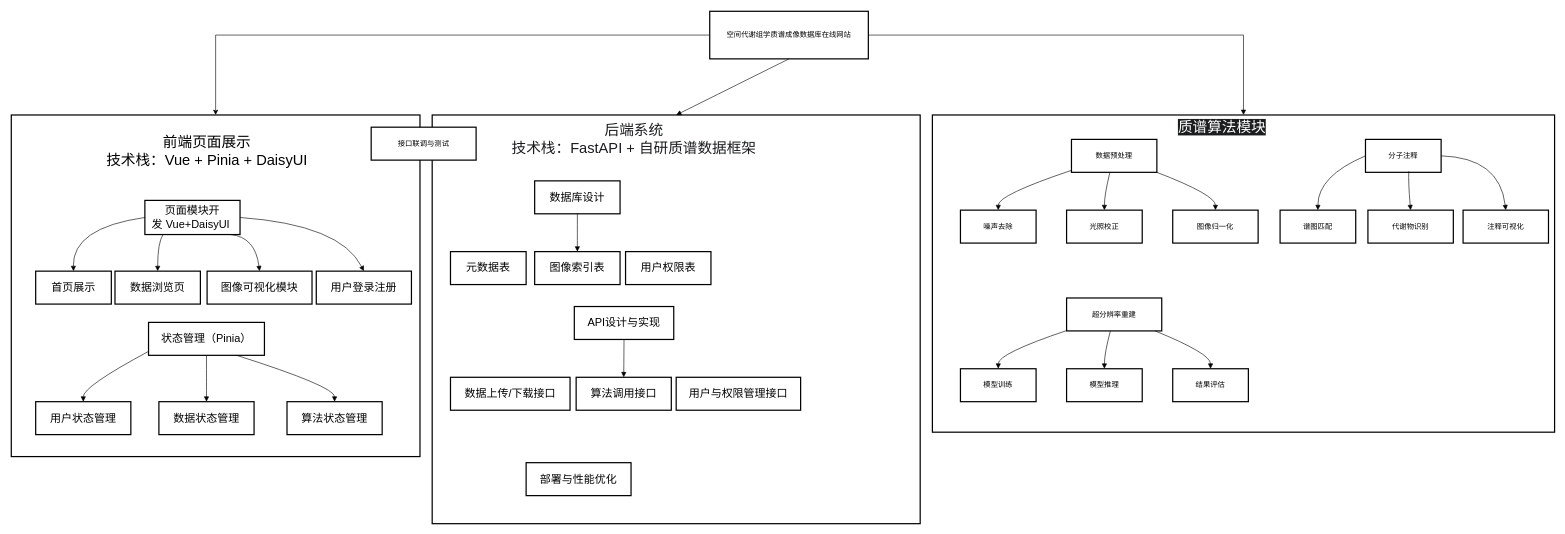
The draw.io diagram MSI_Online.drawio in dil666555/draw.io, before the edit. Source tidied: cells renumbered, new cells numbered last; positions are measured from the earlier drawing's top-left corner, leaving out a move shared by most shapes. Both pictures are drawn from the tidied source at 61%, with x=0, y=0 at pixel (11, 11).
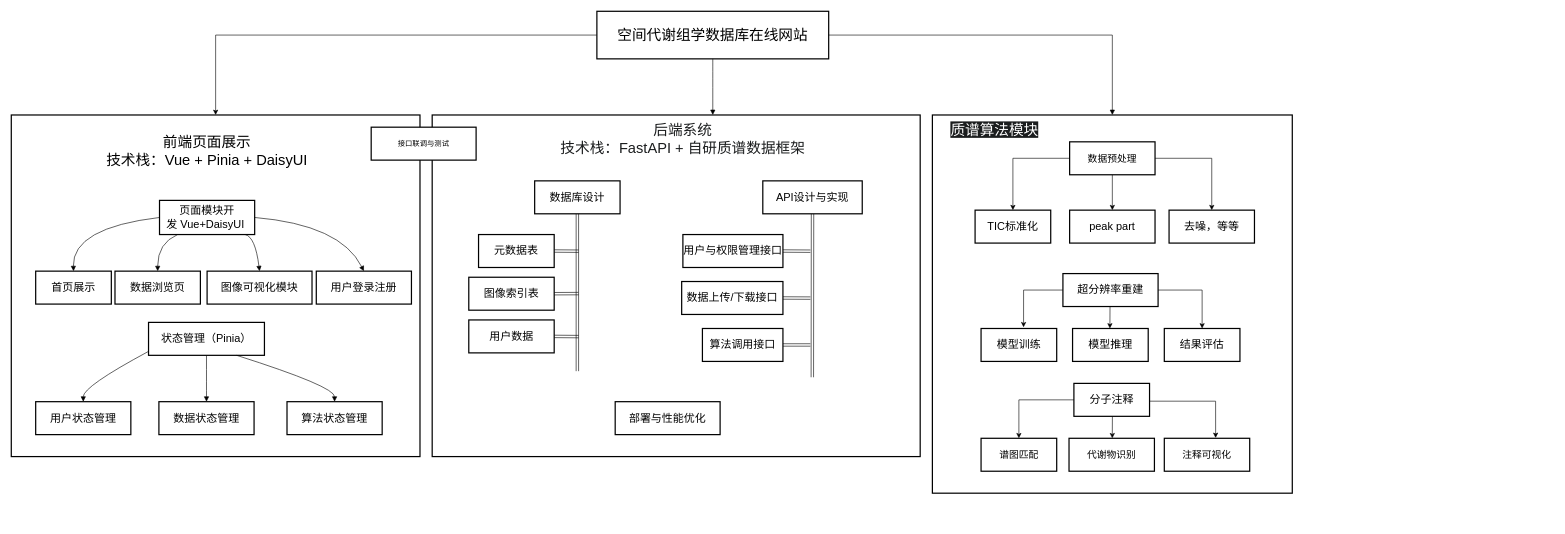
The same diagram, later.

The change refers to these unchanged cells:
```xml
<mxCell id="18" value="数据库设计" style="whiteSpace=wrap;strokeWidth=2;fontSize=18;" parent="1" vertex="1">
  <mxGeometry x="858" y="278" width="140" height="54" as="geometry" />
</mxCell>
```

What changed in the source:
```diff
@@
-    <mxCell id="3" value="空间代谢组学质谱成像数据库在线网站" style="whiteSpace=wrap;strokeWidth=2;" parent="1" vertex="1">
-      <mxGeometry x="1145" width="260" height="78" as="geometry" />
+    <mxCell id="3" value="空间代谢组学数据库在线网站" style="whiteSpace=wrap;strokeWidth=2;fontSize=24;" parent="1" vertex="1">
+      <mxGeometry x="960" width="380" height="78" as="geometry" />
     </mxCell>
@@
     <mxCell id="5" style="whiteSpace=wrap;strokeWidth=2;" parent="1" vertex="1">
-      <mxGeometry x="690" y="170" width="800" height="670" as="geometry" />
+      <mxGeometry x="690" y="170" width="800" height="560" as="geometry" />
     </mxCell>
@@
     <mxCell id="7" style="whiteSpace=wrap;strokeWidth=2;" parent="1" vertex="1">
-      <mxGeometry x="1510" y="170" width="1020" height="520" as="geometry" />
+      <mxGeometry x="1510" y="170" width="590" height="620" as="geometry" />
     </mxCell>
@@
     <mxCell id="12" value="页面模块开发 Vue+DaisyUI " style="whiteSpace=wrap;strokeWidth=2;fontSize=18;" parent="1" vertex="1">
-      <mxGeometry x="219" y="310" width="156" height="56" as="geometry" />
+      <mxGeometry x="243" y="310" width="156" height="56" as="geometry" />
     </mxCell>
@@
+    <mxCell id="61" style="edgeStyle=orthogonalEdgeStyle;shape=link;rounded=0;jettySize=auto;html=1;" parent="1" edge="1" source="18">
+      <mxGeometry relative="1" as="geometry">
+        <mxPoint x="928" y="590" as="targetPoint" />
+      </mxGeometry>
+    </mxCell>
@@
+    <mxCell id="62" style="edgeStyle=none;shape=link;rounded=0;jettySize=auto;html=1;exitX=1;exitY=0.5;exitDx=0;exitDy=0;" parent="1" edge="1" source="19">
+      <mxGeometry relative="1" as="geometry">
+        <mxPoint x="930" y="393.3" as="targetPoint" />
+      </mxGeometry>
+    </mxCell>
     <mxCell id="19" value="元数据表" style="whiteSpace=wrap;strokeWidth=2;fontSize=18;" parent="1" vertex="1">
-      <mxGeometry x="720" y="394" width="124" height="54" as="geometry" />
+      <mxGeometry x="766" y="366" width="124" height="54" as="geometry" />
     </mxCell>
+    <mxCell id="63" style="edgeStyle=none;shape=link;rounded=0;jettySize=auto;html=1;exitX=1;exitY=0.5;exitDx=0;exitDy=0;" parent="1" edge="1" source="20">
+      <mxGeometry relative="1" as="geometry">
+        <mxPoint x="930" y="462.8" as="targetPoint" />
+      </mxGeometry>
+    </mxCell>
     <mxCell id="20" value="图像索引表" style="whiteSpace=wrap;strokeWidth=2;fontSize=18;" parent="1" vertex="1">
-      <mxGeometry x="858" y="394" width="140" height="54" as="geometry" />
+      <mxGeometry x="750" y="436" width="140" height="54" as="geometry" />
     </mxCell>
+    <mxCell id="64" style="edgeStyle=none;shape=link;rounded=0;jettySize=auto;html=1;exitX=1;exitY=0.5;exitDx=0;exitDy=0;" parent="1" edge="1" source="21">
+      <mxGeometry relative="1" as="geometry">
+        <mxPoint x="930" y="533.3" as="targetPoint" />
+      </mxGeometry>
+    </mxCell>
-    <mxCell id="21" value="用户权限表" style="whiteSpace=wrap;strokeWidth=2;fontSize=18;" parent="1" vertex="1">
-      <mxGeometry x="1007" y="394" width="140" height="54" as="geometry" />
+    <mxCell id="21" value="用户数据" style="whiteSpace=wrap;strokeWidth=2;fontSize=18;" parent="1" vertex="1">
+      <mxGeometry x="750" y="506" width="140" height="54" as="geometry" />
     </mxCell>
+    <mxCell id="65" style="edgeStyle=none;shape=link;rounded=0;jettySize=auto;html=1;exitX=0.5;exitY=1;exitDx=0;exitDy=0;" parent="1" edge="1" source="22">
+      <mxGeometry relative="1" as="geometry">
+        <mxPoint x="1313.2" y="600" as="targetPoint" />
+      </mxGeometry>
+    </mxCell>
     <mxCell id="22" value="API设计与实现" style="whiteSpace=wrap;strokeWidth=2;fontSize=18;" parent="1" vertex="1">
-      <mxGeometry x="923" y="484" width="163" height="54" as="geometry" />
+      <mxGeometry x="1232" y="278" width="163" height="54" as="geometry" />
     </mxCell>
+    <mxCell id="66" style="edgeStyle=none;shape=link;rounded=0;jettySize=auto;html=1;exitX=1;exitY=0.5;exitDx=0;exitDy=0;" parent="1" edge="1" source="23">
+      <mxGeometry relative="1" as="geometry">
+        <mxPoint x="1310" y="470.2" as="targetPoint" />
+      </mxGeometry>
+    </mxCell>
     <mxCell id="23" value="数据上传/下载接口" style="whiteSpace=wrap;strokeWidth=2;fontSize=18;" parent="1" vertex="1">
-      <mxGeometry x="720" y="600" width="196" height="54" as="geometry" />
+      <mxGeometry x="1099" y="443" width="166" height="54" as="geometry" />
     </mxCell>
+    <mxCell id="67" style="edgeStyle=none;shape=link;rounded=0;jettySize=auto;html=1;exitX=1;exitY=0.5;exitDx=0;exitDy=0;" parent="1" edge="1" source="24">
+      <mxGeometry relative="1" as="geometry">
+        <mxPoint x="1310" y="547" as="targetPoint" />
+      </mxGeometry>
+    </mxCell>
     <mxCell id="24" value="算法调用接口" style="whiteSpace=wrap;strokeWidth=2;fontSize=18;" parent="1" vertex="1">
-      <mxGeometry x="926" y="600" width="156" height="54" as="geometry" />
+      <mxGeometry x="1133" y="520" width="132" height="54" as="geometry" />
     </mxCell>
+    <mxCell id="68" style="edgeStyle=none;shape=link;rounded=0;jettySize=auto;html=1;exitX=1;exitY=0.5;exitDx=0;exitDy=0;" parent="1" edge="1" source="25">
+      <mxGeometry relative="1" as="geometry">
+        <mxPoint x="1310" y="393.3" as="targetPoint" />
+      </mxGeometry>
+    </mxCell>
     <mxCell id="25" value="用户与权限管理接口" style="whiteSpace=wrap;strokeWidth=2;fontSize=18;" parent="1" vertex="1">
-      <mxGeometry x="1090" y="600" width="204" height="54" as="geometry" />
+      <mxGeometry x="1101" y="366" width="164" height="54" as="geometry" />
     </mxCell>
+    <mxCell id="49" style="edgeStyle=none;rounded=0;jettySize=auto;html=1;exitX=0.5;exitY=1;exitDx=0;exitDy=0;entryX=0.5;entryY=0;entryDx=0;entryDy=0;fontSize=18;" parent="1" edge="1" source="26" target="28">
+      <mxGeometry relative="1" as="geometry" />
+    </mxCell>
+    <mxCell id="48" style="edgeStyle=orthogonalEdgeStyle;rounded=0;jettySize=auto;html=1;exitX=0;exitY=0.5;exitDx=0;exitDy=0;entryX=0.5;entryY=0;entryDx=0;entryDy=0;fontSize=18;" parent="1" edge="1" source="26" target="27">
+      <mxGeometry relative="1" as="geometry" />
+    </mxCell>
+    <mxCell id="50" style="edgeStyle=orthogonalEdgeStyle;rounded=0;jettySize=auto;html=1;exitX=1;exitY=0.5;exitDx=0;exitDy=0;entryX=0.5;entryY=0;entryDx=0;entryDy=0;fontSize=18;" parent="1" edge="1" source="26" target="29">
+      <mxGeometry relative="1" as="geometry" />
+    </mxCell>
-    <mxCell id="26" value="数据预处理" style="whiteSpace=wrap;strokeWidth=2;" parent="1" vertex="1">
-      <mxGeometry x="1738" y="210" width="140" height="54" as="geometry" />
+    <mxCell id="26" value="数据预处理" style="whiteSpace=wrap;strokeWidth=2;fontSize=16;" parent="1" vertex="1">
+      <mxGeometry x="1735" y="214" width="140" height="54" as="geometry" />
     </mxCell>
-    <mxCell id="27" value="噪声去除" style="whiteSpace=wrap;strokeWidth=2;" parent="1" vertex="1">
-      <mxGeometry x="1556" y="326" width="124" height="54" as="geometry" />
+    <mxCell id="27" value="TIC标准化" style="whiteSpace=wrap;strokeWidth=2;fontSize=18;" parent="1" vertex="1">
+      <mxGeometry x="1580" y="326" width="124" height="54" as="geometry" />
     </mxCell>
-    <mxCell id="28" value="光照校正" style="whiteSpace=wrap;strokeWidth=2;" parent="1" vertex="1">
-      <mxGeometry x="1730" y="326" width="124" height="54" as="geometry" />
+    <mxCell id="28" value="peak part" style="whiteSpace=wrap;strokeWidth=2;fontSize=18;" parent="1" vertex="1">
+      <mxGeometry x="1735" y="326" width="140" height="54" as="geometry" />
     </mxCell>
-    <mxCell id="29" value="图像归一化" style="whiteSpace=wrap;strokeWidth=2;" parent="1" vertex="1">
-      <mxGeometry x="1904" y="326" width="140" height="54" as="geometry" />
+    <mxCell id="29" value="去噪，等等" style="whiteSpace=wrap;strokeWidth=2;fontSize=18;" parent="1" vertex="1">
+      <mxGeometry x="1898" y="326" width="140" height="54" as="geometry" />
     </mxCell>
-    <mxCell id="30" value="超分辨率重建" style="whiteSpace=wrap;strokeWidth=2;" parent="1" vertex="1">
-      <mxGeometry x="1730" y="470" width="156" height="54" as="geometry" />
+    <mxCell id="30" value="超分辨率重建" style="whiteSpace=wrap;strokeWidth=2;fontSize=18;" parent="1" vertex="1">
+      <mxGeometry x="1724" y="430" width="156" height="54" as="geometry" />
     </mxCell>
-    <mxCell id="31" value="模型训练" style="whiteSpace=wrap;strokeWidth=2;" parent="1" vertex="1">
-      <mxGeometry x="1556" y="586" width="124" height="54" as="geometry" />
+    <mxCell id="31" value="模型训练" style="whiteSpace=wrap;strokeWidth=2;fontSize=18;" parent="1" vertex="1">
+      <mxGeometry x="1589.8" y="520" width="124" height="54" as="geometry" />
     </mxCell>
-    <mxCell id="32" value="模型推理" style="whiteSpace=wrap;strokeWidth=2;" parent="1" vertex="1">
-      <mxGeometry x="1730" y="586" width="124" height="54" as="geometry" />
+    <mxCell id="32" value="模型推理" style="whiteSpace=wrap;strokeWidth=2;fontSize=18;" parent="1" vertex="1">
+      <mxGeometry x="1739.8" y="520" width="124" height="54" as="geometry" />
     </mxCell>
-    <mxCell id="33" value="结果评估" style="whiteSpace=wrap;strokeWidth=2;" parent="1" vertex="1">
-      <mxGeometry x="1904" y="586" width="124" height="54" as="geometry" />
+    <mxCell id="33" value="结果评估" style="whiteSpace=wrap;strokeWidth=2;fontSize=18;" parent="1" vertex="1">
+      <mxGeometry x="1890.2" y="520" width="124" height="54" as="geometry" />
     </mxCell>
-    <mxCell id="34" value="分子注释" style="whiteSpace=wrap;strokeWidth=2;" parent="1" vertex="1">
-      <mxGeometry x="2220" y="210" width="124" height="54" as="geometry" />
+    <mxCell id="34" value="分子注释" style="whiteSpace=wrap;strokeWidth=2;fontSize=18;" parent="1" vertex="1">
+      <mxGeometry x="1742" y="610" width="124" height="54" as="geometry" />
     </mxCell>
-    <mxCell id="35" value="谱图匹配" style="whiteSpace=wrap;strokeWidth=2;" parent="1" vertex="1">
-      <mxGeometry x="2080" y="326" width="124" height="54" as="geometry" />
+    <mxCell id="35" value="谱图匹配" style="whiteSpace=wrap;strokeWidth=2;fontSize=16;" parent="1" vertex="1">
+      <mxGeometry x="1589.8" y="700" width="124" height="54" as="geometry" />
     </mxCell>
-    <mxCell id="36" value="代谢物识别" style="whiteSpace=wrap;strokeWidth=2;" parent="1" vertex="1">
-      <mxGeometry x="2224" y="326" width="140" height="54" as="geometry" />
+    <mxCell id="36" value="代谢物识别" style="whiteSpace=wrap;strokeWidth=2;fontSize=16;" parent="1" vertex="1">
+      <mxGeometry x="1734" y="700" width="140" height="54" as="geometry" />
     </mxCell>
-    <mxCell id="37" value="注释可视化" style="whiteSpace=wrap;strokeWidth=2;" parent="1" vertex="1">
-      <mxGeometry x="2380" y="326" width="140" height="54" as="geometry" />
+    <mxCell id="37" value="注释可视化" style="whiteSpace=wrap;strokeWidth=2;fontSize=16;" parent="1" vertex="1">
+      <mxGeometry x="1890.2" y="700" width="140" height="54" as="geometry" />
     </mxCell>
-    <mxCell id="38" style="curved=1;startArrow=none;endArrow=block;exitX=0.5;exitY=1;entryX=0.5;entryY=0;rounded=0;" parent="1" edge="1" source="3" target="5">
-      <mxGeometry relative="1" as="geometry" />
+    <mxCell id="38" style="curved=1;startArrow=none;endArrow=block;exitX=0.5;exitY=1;rounded=0;" parent="1" edge="1" source="3">
+      <mxGeometry relative="1" as="geometry">
+        <mxPoint x="1150" y="170" as="targetPoint" />
+      </mxGeometry>
     </mxCell>
@@
-    <mxCell id="46" style="curved=1;startArrow=none;endArrow=block;exitX=0.5;exitY=1;entryX=0.5;entryY=0;rounded=0;exitDx=0;exitDy=0;fontSize=18;" parent="1" edge="1" source="18" target="20">
-      <mxGeometry relative="1" as="geometry">
-        <Array as="points">
-          <mxPoint x="928" y="369" />
-        </Array>
-      </mxGeometry>
-    </mxCell>
-    <mxCell id="47" style="curved=1;startArrow=none;endArrow=block;exitX=0.5;exitY=1;entryX=0.5;entryY=0;rounded=0;fontSize=18;" parent="1" edge="1" source="22" target="24">
-      <mxGeometry relative="1" as="geometry" />
-    </mxCell>
-    <mxCell id="48" style="curved=1;startArrow=none;endArrow=block;exitX=0;exitY=0.94;entryX=0.5;entryY=0;rounded=0;" parent="1" edge="1" source="26" target="27">
-      <mxGeometry relative="1" as="geometry">
-        <Array as="points">
-          <mxPoint x="1618" y="301" />
-        </Array>
-      </mxGeometry>
-    </mxCell>
-    <mxCell id="49" style="curved=1;startArrow=none;endArrow=block;exitX=0.45;exitY=1;entryX=0.5;entryY=0;rounded=0;" parent="1" edge="1" source="26" target="28">
-      <mxGeometry relative="1" as="geometry">
-        <Array as="points">
-          <mxPoint x="1792" y="301" />
-        </Array>
-      </mxGeometry>
-    </mxCell>
-    <mxCell id="50" style="curved=1;startArrow=none;endArrow=block;exitX=1;exitY=1;entryX=0.5;entryY=0;rounded=0;" parent="1" edge="1" source="26" target="29">
-      <mxGeometry relative="1" as="geometry">
-        <Array as="points">
-          <mxPoint x="1974" y="301" />
-        </Array>
-      </mxGeometry>
-    </mxCell>
-    <mxCell id="51" style="curved=1;startArrow=none;endArrow=block;exitX=0;exitY=0.99;entryX=0.5;entryY=0;rounded=0;" parent="1" edge="1" source="30" target="31">
-      <mxGeometry relative="1" as="geometry">
-        <Array as="points">
-          <mxPoint x="1618" y="561" />
-        </Array>
-      </mxGeometry>
-    </mxCell>
-    <mxCell id="52" style="curved=1;startArrow=none;endArrow=block;exitX=0.46;exitY=1;entryX=0.5;entryY=0;rounded=0;" parent="1" edge="1" source="30" target="32">
-      <mxGeometry relative="1" as="geometry">
-        <Array as="points">
-          <mxPoint x="1792" y="561" />
-        </Array>
-      </mxGeometry>
-    </mxCell>
-    <mxCell id="53" style="curved=1;startArrow=none;endArrow=block;exitX=0.93;exitY=1;entryX=0.5;entryY=0;rounded=0;" parent="1" edge="1" source="30" target="33">
-      <mxGeometry relative="1" as="geometry">
-        <Array as="points">
-          <mxPoint x="1966" y="561" />
-        </Array>
-      </mxGeometry>
-    </mxCell>
-    <mxCell id="54" style="curved=1;startArrow=none;endArrow=block;exitX=0;exitY=0.5;entryX=0.5;entryY=0;rounded=0;exitDx=0;exitDy=0;" parent="1" edge="1" source="34" target="35">
-      <mxGeometry relative="1" as="geometry">
-        <Array as="points">
-          <mxPoint x="2142" y="270" />
-        </Array>
-      </mxGeometry>
-    </mxCell>
-    <mxCell id="55" style="curved=1;startArrow=none;endArrow=block;exitX=0.573;exitY=0.968;entryX=0.5;entryY=0;rounded=0;exitDx=0;exitDy=0;exitPerimeter=0;" parent="1" edge="1" source="34" target="36">
-      <mxGeometry relative="1" as="geometry">
-        <Array as="points">
-          <mxPoint x="2290" y="280" />
-        </Array>
-      </mxGeometry>
-    </mxCell>
-    <mxCell id="56" style="curved=1;startArrow=none;endArrow=block;exitX=1;exitY=0.5;entryX=0.5;entryY=0;rounded=0;exitDx=0;exitDy=0;" parent="1" edge="1" source="34" target="37">
-      <mxGeometry relative="1" as="geometry">
-        <Array as="points">
-          <mxPoint x="2440" y="240" />
-        </Array>
-      </mxGeometry>
-    </mxCell>
     <mxCell id="57" value="部署与性能优化" style="whiteSpace=wrap;strokeWidth=2;fontSize=18;" parent="1" vertex="1">
-      <mxGeometry x="844" y="740" width="172" height="54" as="geometry" />
+      <mxGeometry x="990" y="640" width="172" height="54" as="geometry" />
     </mxCell>
     <mxCell id="58" value="&lt;font style=&quot;font-size: 24px;&quot;&gt;&lt;span style=&quot;font-family: Helvetica; font-style: normal; font-variant-ligatures: normal; font-variant-caps: normal; font-weight: 400; letter-spacing: normal; orphans: 2; text-indent: 0px; text-transform: none; widows: 2; word-spacing: 0px; -webkit-text-stroke-width: 0px; white-space: normal; text-decoration-thickness: initial; text-decoration-style: initial; text-decoration-color: initial; float: none; display: inline !important;&quot;&gt;后端系统&lt;/span&gt;&lt;br style=&quot;forced-color-adjust: none; padding: 0px; margin: 0px; font-family: Helvetica; font-style: normal; font-variant-ligatures: normal; font-variant-caps: normal; font-weight: 400; letter-spacing: normal; orphans: 2; text-indent: 0px; text-transform: none; widows: 2; word-spacing: 0px; -webkit-text-stroke-width: 0px; white-space: normal; text-decoration-thickness: initial; text-decoration-style: initial; text-decoration-color: initial; box-shadow: none !important;&quot;&gt;&lt;span style=&quot;font-family: Helvetica; font-style: normal; font-variant-ligatures: normal; font-variant-caps: normal; font-weight: 400; letter-spacing: normal; orphans: 2; text-indent: 0px; text-transform: none; widows: 2; word-spacing: 0px; -webkit-text-stroke-width: 0px; white-space: normal; text-decoration-thickness: initial; text-decoration-style: initial; text-decoration-color: initial; float: none; display: inline !important;&quot;&gt;技术栈：FastAPI + 自研质谱数据框架&lt;/span&gt;&lt;/font&gt;" style="text;whiteSpace=wrap;html=1;align=center;fontColor=light-dark(#1B1D1E,#FFFFFF);labelBackgroundColor=default;" parent="1" vertex="1">
-      <mxGeometry x="810" y="174" width="422" height="70" as="geometry" />
+      <mxGeometry x="890" y="174" width="422" height="70" as="geometry" />
     </mxCell>
@@
     <mxCell id="60" value="&lt;span style=&quot;font-family: Helvetica; font-style: normal; font-variant-ligatures: normal; font-variant-caps: normal; font-weight: 400; letter-spacing: normal; orphans: 2; text-indent: 0px; text-transform: none; widows: 2; word-spacing: 0px; -webkit-text-stroke-width: 0px; white-space: normal; text-decoration-thickness: initial; text-decoration-style: initial; text-decoration-color: initial; float: none; background-color: light-dark(rgb(27, 29, 30), rgb(0, 0, 0)); display: inline !important;&quot;&gt;&lt;font style=&quot;color: light-dark(rgb(255, 255, 255), rgb(255, 255, 255));&quot;&gt;质谱算法模块&lt;/font&gt;&lt;/span&gt;" style="text;whiteSpace=wrap;html=1;align=center;fontSize=24;" parent="1" vertex="1">
-      <mxGeometry x="1880" y="170" width="210" height="40" as="geometry" />
+      <mxGeometry x="1507" y="174" width="210" height="40" as="geometry" />
     </mxCell>
+    <mxCell id="51" style="edgeStyle=orthogonalEdgeStyle;rounded=0;jettySize=auto;html=1;exitX=0;exitY=0.5;exitDx=0;exitDy=0;entryX=0.562;entryY=-0.036;entryDx=0;entryDy=0;entryPerimeter=0;fontSize=18;" parent="1" edge="1" source="30" target="31">
+      <mxGeometry relative="1" as="geometry" />
+    </mxCell>
+    <mxCell id="69" style="edgeStyle=none;rounded=0;orthogonalLoop=1;jettySize=auto;html=1;exitX=0.5;exitY=1;exitDx=0;exitDy=0;fontSize=18;" parent="1" edge="1">
+      <mxGeometry relative="1" as="geometry">
+        <mxPoint x="1801.2" y="484" as="sourcePoint" />
+        <mxPoint x="1801" y="520" as="targetPoint" />
+      </mxGeometry>
+    </mxCell>
+    <mxCell id="54" style="edgeStyle=orthogonalEdgeStyle;rounded=0;jettySize=auto;html=1;exitX=0;exitY=0.5;exitDx=0;exitDy=0;entryX=0.5;entryY=0;entryDx=0;entryDy=0;fontSize=18;" parent="1" edge="1" source="34" target="35">
+      <mxGeometry relative="1" as="geometry" />
+    </mxCell>
+    <mxCell id="70" style="edgeStyle=none;rounded=0;orthogonalLoop=1;jettySize=auto;html=1;exitX=0.5;exitY=1;exitDx=0;exitDy=0;fontSize=18;" parent="1" edge="1">
+      <mxGeometry relative="1" as="geometry">
+        <mxPoint x="1805.1" y="664" as="sourcePoint" />
+        <mxPoint x="1804.9" y="700" as="targetPoint" />
+      </mxGeometry>
+    </mxCell>
+    <mxCell id="53" style="edgeStyle=orthogonalEdgeStyle;rounded=0;jettySize=auto;html=1;exitX=1;exitY=0.5;exitDx=0;exitDy=0;entryX=0.5;entryY=0;entryDx=0;entryDy=0;fontSize=18;" parent="1" edge="1" source="30" target="33">
+      <mxGeometry relative="1" as="geometry" />
+    </mxCell>
+    <mxCell id="56" style="edgeStyle=orthogonalEdgeStyle;rounded=0;jettySize=auto;html=1;exitX=0.995;exitY=0.54;exitDx=0;exitDy=0;entryX=0.601;entryY=-0.011;entryDx=0;entryDy=0;entryPerimeter=0;exitPerimeter=0;fontSize=18;" parent="1" edge="1" source="34" target="37">
+      <mxGeometry relative="1" as="geometry" />
+    </mxCell>
```
